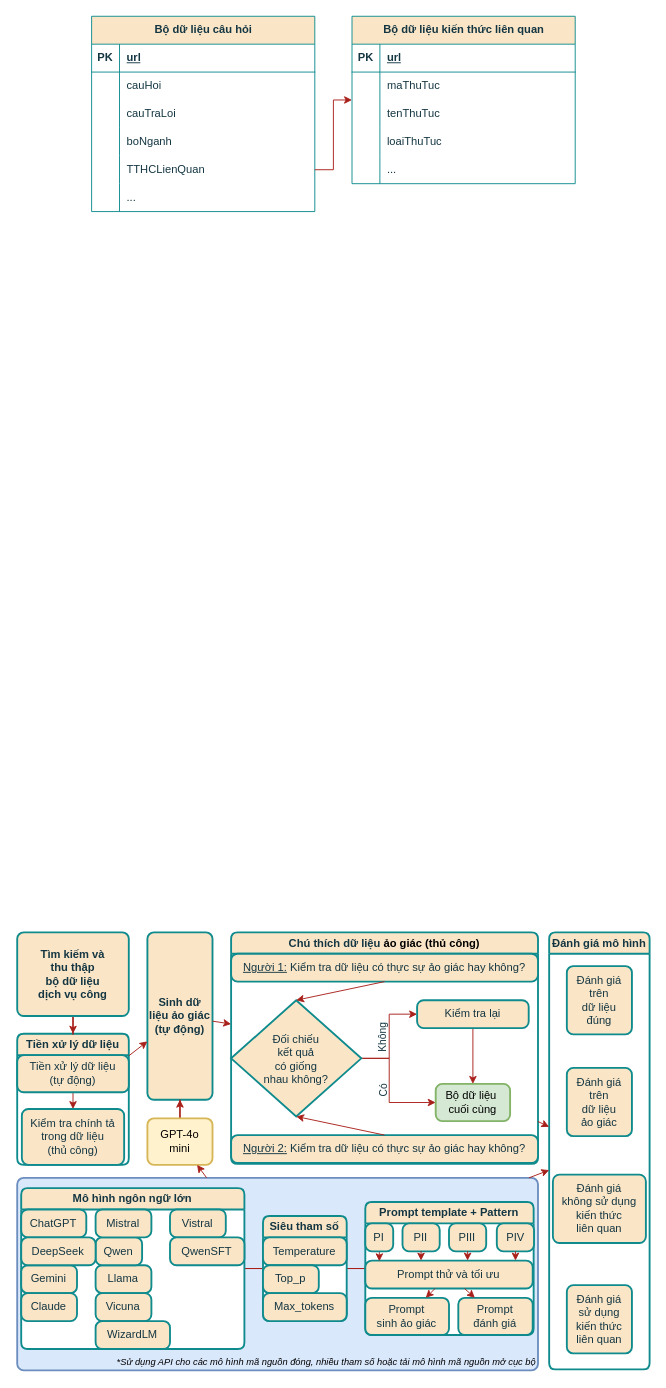
Above: page "Initial" (1 of 2) of E_Analyze/Process_reduce.drawio in fabyanbui/Public-Sector-Application (draw.io), before the change. Source tidied: cells renumbered, new cells numbered last; positions are measured from the earlier drawing's top-left corner, leaving out a move shared by most shapes. Both pictures are drawn from the tidied source at 93%, with x=0, y=0 at pixel (17, 16).
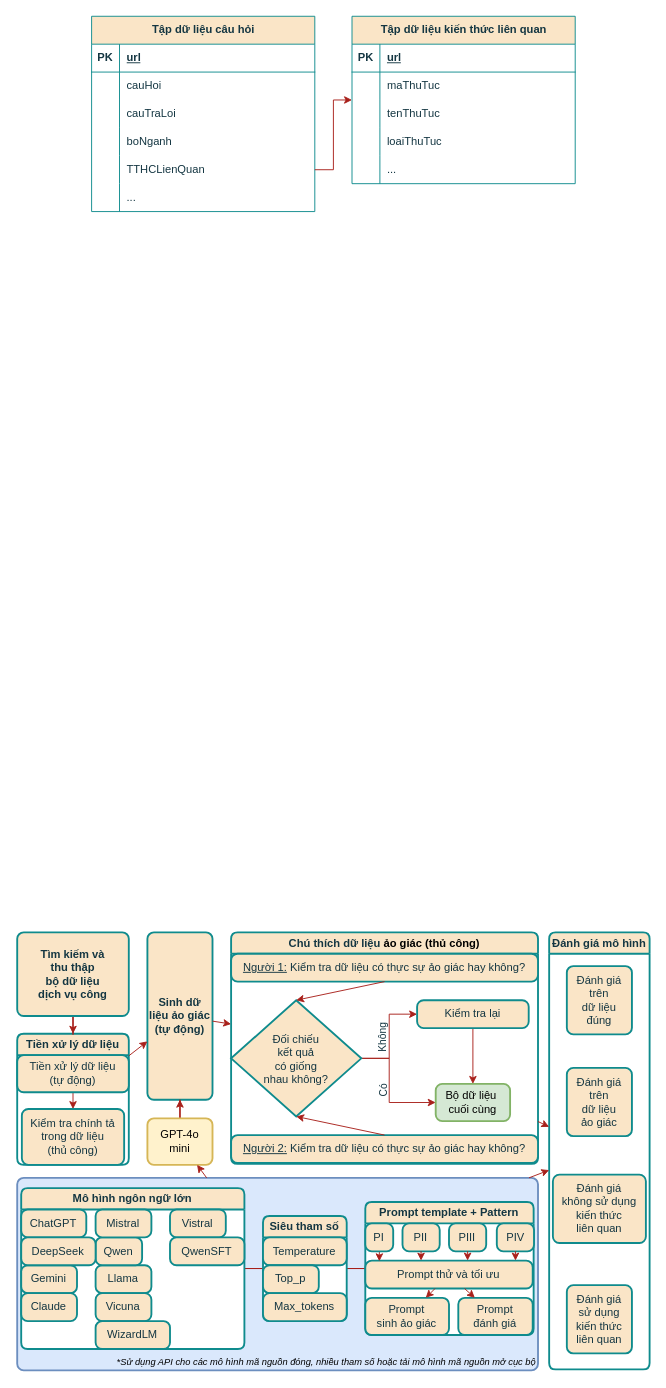
Above is the later version.

The change refers to these unchanged cells:
```xml
<mxCell id="70" style="group;" parent="1" vertex="1">
  <mxGeometry x="80" width="520" height="210" as="geometry" />
</mxCell>
```

The edit, as a diff of the source:
```diff
@@
-    <mxCell id="71" value="Bộ dữ liệu kiến thức liên quan" style="shape=table;startSize=30;childLayout=tableLayout;rowLines=0;fontStyle=1;align=center;html=1;labelBackgroundColor=none;fillColor=#FAE5C7;strokeColor=#0F8B8D;fontColor=#143642;swimlaneFillColor=#ffffff;" parent="70" vertex="1">
+    <mxCell id="71" value="Tập dữ liệu kiến thức liên quan" style="shape=table;startSize=30;childLayout=tableLayout;rowLines=0;fontStyle=1;align=center;html=1;labelBackgroundColor=none;fillColor=#FAE5C7;strokeColor=#0F8B8D;fontColor=#143642;swimlaneFillColor=#ffffff;" parent="70" vertex="1">
       <mxGeometry x="280" width="240" height="180" as="geometry" />
     </mxCell>
@@
-    <mxCell id="87" value="Bộ dữ liệu câu hỏi" style="shape=table;startSize=30;childLayout=tableLayout;rowLines=0;fontStyle=1;align=center;html=1;labelBackgroundColor=none;fillColor=#FAE5C7;strokeColor=#0F8B8D;fontColor=#143642;swimlaneFillColor=#ffffff;" parent="70" vertex="1">
+    <mxCell id="87" value="Tập dữ liệu câu hỏi" style="shape=table;startSize=30;childLayout=tableLayout;rowLines=0;fontStyle=1;align=center;html=1;labelBackgroundColor=none;fillColor=#FAE5C7;strokeColor=#0F8B8D;fontColor=#143642;swimlaneFillColor=#ffffff;" parent="70" vertex="1">
       <mxGeometry width="240" height="210" as="geometry" />
     </mxCell>
```
